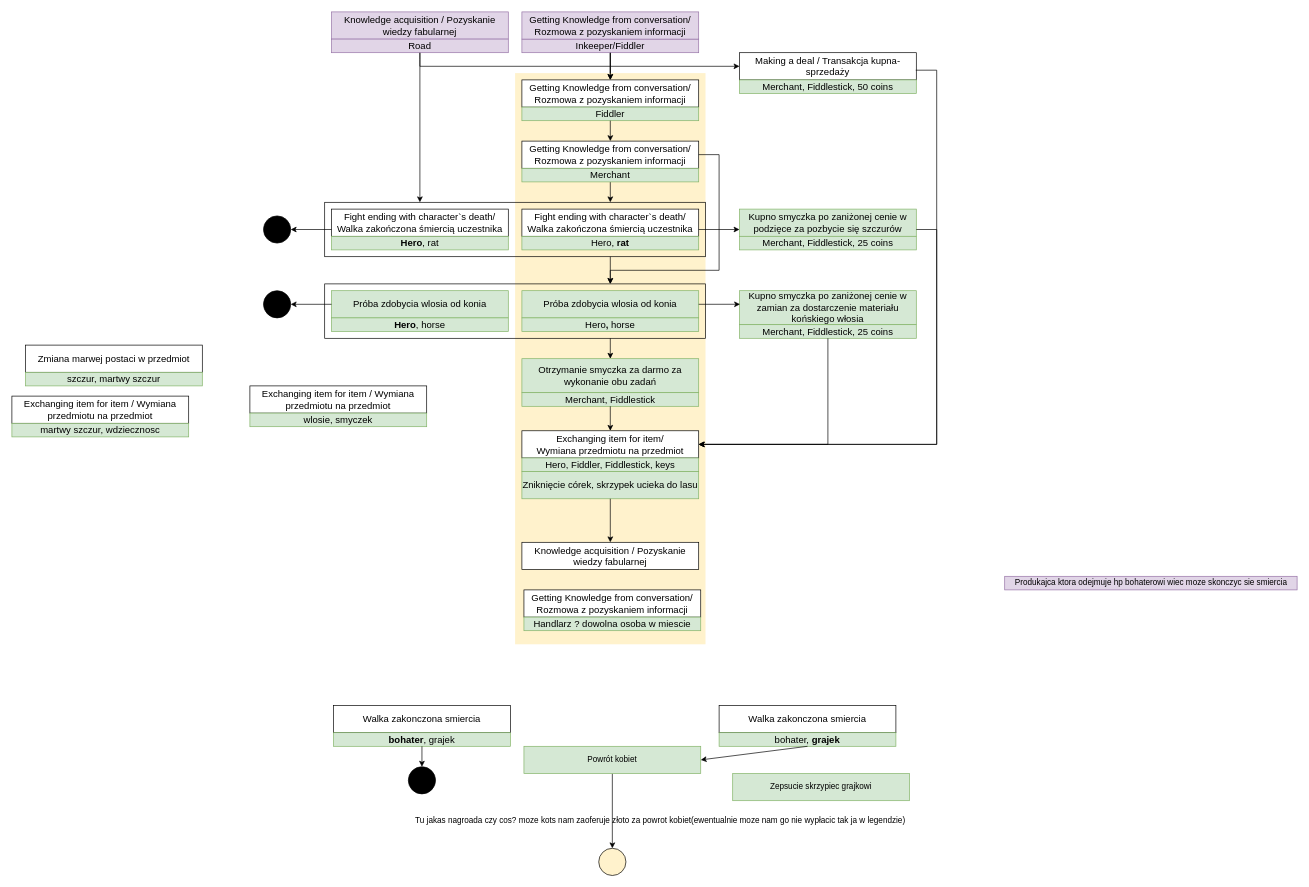
Earlier version of the draw.io diagram page "Page-2" (2 of 3) of Legenda diagramu projektowego misji(2).drawio (apusteln/Drawings). Source tidied: cells renumbered, new cells numbered last; positions are measured from the earlier drawing's top-left corner, leaving out a move shared by most shapes. Both pictures are drawn from the tidied source at 68%, with x=0, y=0 at pixel (12, 12).
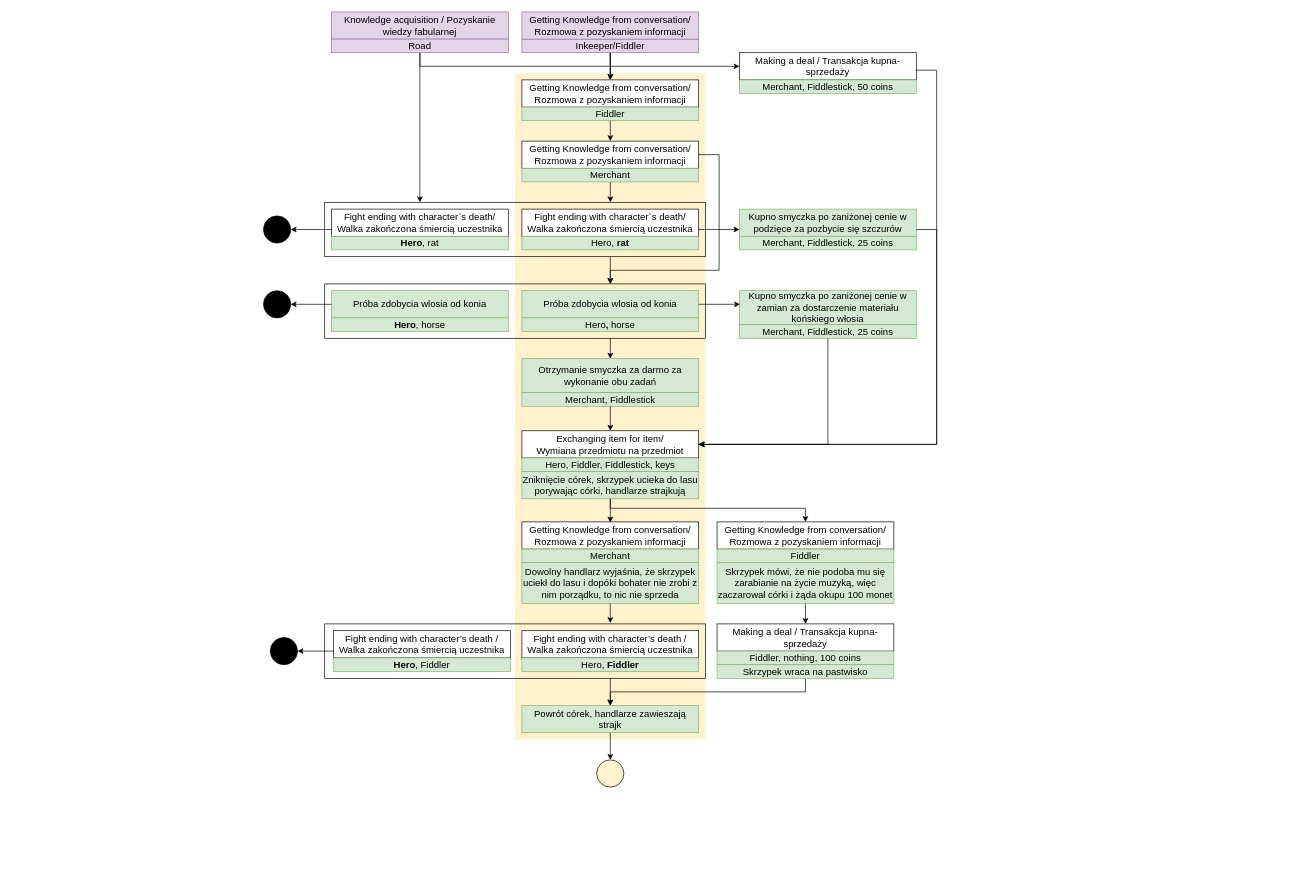
The same diagram, later.

What changed in the source:
```diff
@@
     <mxCell id="3" style="rounded=0;whiteSpace=wrap;html=1;fillColor=#fff2cc;fontFamily=Helvetica;fontSize=14;strokeColor=none;" parent="1" vertex="1">
-      <mxGeometry x="740" y="90" width="280" height="840" as="geometry" />
+      <mxGeometry x="740" y="90" width="280" height="980" as="geometry" />
     </mxCell>
@@
-    <mxCell id="11" value="Zmiana marwej postaci w przedmiot" style="rounded=0;whiteSpace=wrap;html=1;sketch=0;align=center;fontSize=14;" parent="1" vertex="1">
-      <mxGeometry x="20" y="490" width="260" height="40" as="geometry" />
-    </mxCell>
-    <mxCell id="12" value="szczur, martwy szczur" style="rounded=0;whiteSpace=wrap;html=1;sketch=0;align=center;fontSize=14;fillColor=#d5e8d4;strokeColor=#82b366;" parent="1" vertex="1">
-      <mxGeometry x="20" y="530" width="260" height="20" as="geometry" />
-    </mxCell>
@@
-    <mxCell id="14" value="Exchanging item for item / Wymiana przedmiotu na przedmiot" style="rounded=0;whiteSpace=wrap;html=1;sketch=0;align=center;fontSize=14;" parent="1" vertex="1">
-      <mxGeometry x="350" y="550" width="260" height="40" as="geometry" />
-    </mxCell>
-    <mxCell id="15" value="wlosie, smyczek" style="rounded=0;whiteSpace=wrap;html=1;sketch=0;align=center;fontSize=14;fillColor=#d5e8d4;strokeColor=#82b366;" parent="1" vertex="1">
-      <mxGeometry x="350" y="590" width="260" height="20" as="geometry" />
-    </mxCell>
@@
-    <mxCell id="18" value="&lt;div&gt;Getting Knowledge from conversation/&lt;/div&gt;&lt;div&gt;Rozmowa z pozyskaniem informacji&lt;/div&gt;" style="rounded=0;whiteSpace=wrap;html=1;sketch=0;align=center;fontSize=14;" parent="1" vertex="1">
-      <mxGeometry x="753" y="850" width="260" height="40" as="geometry" />
-    </mxCell>
-    <mxCell id="19" value="Handlarz ? dowolna osoba w miescie" style="rounded=0;whiteSpace=wrap;html=1;sketch=0;align=center;fontSize=14;fillColor=#d5e8d4;strokeColor=#82b366;" parent="1" vertex="1">
-      <mxGeometry x="753" y="890" width="260" height="20" as="geometry" />
-    </mxCell>
-    <mxCell id="20" value="Walka zakonczona smiercia" style="rounded=0;whiteSpace=wrap;html=1;sketch=0;align=center;fontSize=14;" parent="1" vertex="1">
-      <mxGeometry x="473" y="1020" width="260" height="40" as="geometry" />
-    </mxCell>
-    <mxCell id="21" value="&lt;b&gt;bohater&lt;/b&gt;, grajek" style="rounded=0;whiteSpace=wrap;html=1;sketch=0;align=center;fontSize=14;fillColor=#d5e8d4;strokeColor=#82b366;" parent="1" vertex="1">
-      <mxGeometry x="473" y="1060" width="260" height="20" as="geometry" />
-    </mxCell>
-    <mxCell id="22" value="Zepsucie skrzypiec grajkowi" style="rounded=0;whiteSpace=wrap;html=1;sketch=0;fillColor=#d5e8d4;strokeColor=#82b366;align=center;" parent="1" vertex="1">
-      <mxGeometry x="1060" y="1120" width="260" height="40" as="geometry" />
-    </mxCell>
     <mxCell id="23" style="ellipse;whiteSpace=wrap;html=1;fontSize=14;align=center;fillColor=#fff2cc;strokeWidth=1;" parent="1" vertex="1">
-      <mxGeometry x="863" y="1230" width="40" height="40" as="geometry" />
+      <mxGeometry x="860" y="1100" width="40" height="40" as="geometry" />
     </mxCell>
-    <mxCell id="24" style="endArrow=classic;html=1;rounded=0;exitX=0.5;exitY=1;exitDx=0;exitDy=0;" parent="1" edge="1">
-      <mxGeometry relative="1" as="geometry">
-        <mxPoint x="603" y="1080" as="sourcePoint" />
-        <mxPoint x="603" y="1110" as="targetPoint" />
-      </mxGeometry>
+    <mxCell id="24" style="endArrow=classic;html=1;rounded=0;exitX=0;exitY=0.75;exitDx=0;exitDy=0;entryX=1;entryY=0.5;entryDx=0;entryDy=0;" parent="1" edge="1" source="78" target="36">
+      <mxGeometry relative="1" as="geometry" />
     </mxCell>
-    <mxCell id="25" value="&lt;font style=&quot;font-size: 14px&quot;&gt;Zniknięcie córek, skrzypek ucieka do lasu &lt;/font&gt;" style="rounded=0;whiteSpace=wrap;html=1;sketch=0;fillColor=#d5e8d4;strokeColor=#82b366;align=center;" parent="1" vertex="1">
-      <mxGeometry x="750" y="676" width="260" height="40" as="geometry" />
-    </mxCell>
@@
-    <mxCell id="32" value="Produkajca ktora odejmuje hp bohaterowi wiec moze skonczyc sie smiercia " style="text;html=1;align=center;verticalAlign=middle;strokeColor=#9673a6;fillColor=#e1d5e7;" parent="1" vertex="1">
-      <mxGeometry x="1460" y="830" width="430" height="20" as="geometry" />
-    </mxCell>
-    <mxCell id="33" value="Walka zakonczona smiercia" style="rounded=0;whiteSpace=wrap;html=1;sketch=0;align=center;fontSize=14;" parent="1" vertex="1">
-      <mxGeometry x="1040" y="1020" width="260" height="40" as="geometry" />
+    <mxCell id="33" value="Fight ending with character’s death / Walka zakończona śmiercią uczestnika" style="rounded=0;whiteSpace=wrap;html=1;sketch=0;align=center;fontSize=14;" parent="1" vertex="1">
+      <mxGeometry x="750" y="910" width="260" height="40" as="geometry" />
     </mxCell>
-    <mxCell id="34" value="bohater, &lt;b&gt;grajek&lt;/b&gt;" style="rounded=0;whiteSpace=wrap;html=1;sketch=0;align=center;fontSize=14;fillColor=#d5e8d4;strokeColor=#82b366;" parent="1" vertex="1">
-      <mxGeometry x="1040" y="1060" width="260" height="20" as="geometry" />
+    <mxCell id="34" value="Hero, &lt;b&gt;Fiddler&lt;/b&gt;" style="rounded=0;whiteSpace=wrap;html=1;sketch=0;align=center;fontSize=14;fillColor=#d5e8d4;strokeColor=#82b366;" parent="1" vertex="1">
+      <mxGeometry x="750" y="950" width="260" height="20" as="geometry" />
     </mxCell>
-    <mxCell id="35" style="endArrow=classic;html=1;rounded=0;exitX=0.5;exitY=1;exitDx=0;exitDy=0;entryX=1;entryY=0.5;entryDx=0;entryDy=0;" parent="1" edge="1" target="38">
-      <mxGeometry relative="1" as="geometry">
-        <mxPoint x="1170" y="1080" as="sourcePoint" />
-      </mxGeometry>
-    </mxCell>
     <mxCell id="36" style="ellipse;whiteSpace=wrap;html=1;fontSize=14;align=center;fillColor=#000000;" parent="1" vertex="1">
-      <mxGeometry x="583" y="1110" width="40" height="40" as="geometry" />
+      <mxGeometry x="380" y="920" width="40" height="40" as="geometry" />
     </mxCell>
@@
-    <mxCell id="38" value="Powrót kobiet" style="rounded=0;whiteSpace=wrap;html=1;sketch=0;fillColor=#d5e8d4;strokeColor=#82b366;align=center;" parent="1" vertex="1">
-      <mxGeometry x="753" y="1080" width="260" height="40" as="geometry" />
+    <mxCell id="38" value="&lt;font style=&quot;font-size: 14px&quot;&gt;Powrót córek, handlarze zawieszają strajk&lt;br&gt;&lt;/font&gt;" style="rounded=0;whiteSpace=wrap;html=1;sketch=0;fillColor=#d5e8d4;strokeColor=#82b366;align=center;" parent="1" vertex="1">
+      <mxGeometry x="750" y="1020" width="260" height="40" as="geometry" />
     </mxCell>
-    <mxCell id="39" value="&lt;span style=&quot;white-space: pre&quot;&gt; &lt;/span&gt;&lt;span style=&quot;white-space: pre&quot;&gt; &lt;/span&gt;Tu jakas nagroada czy cos? moze kots nam zaoferuje złoto za powrot kobiet(ewentualnie moze nam go nie wypłacic tak ja w legendzie)" style="text;html=1;align=center;verticalAlign=middle;strokeColor=none;fillColor=none;" parent="1" vertex="1">
-      <mxGeometry x="550" y="1180" width="800" height="20" as="geometry" />
-    </mxCell>
@@
-    <mxCell id="46" value="Exchanging item for item / Wymiana przedmiotu na przedmiot" style="rounded=0;whiteSpace=wrap;html=1;sketch=0;align=center;fontSize=14;" parent="1" vertex="1">
-      <mxGeometry y="565" width="260" height="40" as="geometry" />
-    </mxCell>
-    <mxCell id="47" value="martwy szczur, wdziecznosc" style="rounded=0;whiteSpace=wrap;html=1;sketch=0;align=center;fontSize=14;fillColor=#d5e8d4;strokeColor=#82b366;" parent="1" vertex="1">
-      <mxGeometry y="605" width="260" height="20" as="geometry" />
-    </mxCell>
@@
-    <mxCell id="73" value="Knowledge acquisition / Pozyskanie wiedzy fabularnej" style="rounded=0;whiteSpace=wrap;html=1;sketch=0;align=center;fontSize=14;" parent="1" vertex="1">
-      <mxGeometry x="750" y="780" width="260" height="40" as="geometry" />
+    <mxCell id="73" value="&lt;div&gt;Getting Knowledge from conversation/&lt;/div&gt;&lt;div&gt;Rozmowa z pozyskaniem informacji&lt;/div&gt;" style="rounded=0;whiteSpace=wrap;html=1;sketch=0;align=center;fontSize=14;" parent="1" vertex="1">
+      <mxGeometry x="750" y="750" width="260" height="40" as="geometry" />
     </mxCell>
-    <mxCell id="74" style="edgeStyle=orthogonalEdgeStyle;rounded=0;jettySize=auto;html=1;entryX=0.5;entryY=0;entryDx=0;entryDy=0;exitX=0.5;exitY=1;exitDx=0;exitDy=0;" parent="1" edge="1" source="25" target="73">
+    <mxCell id="74" style="edgeStyle=orthogonalEdgeStyle;rounded=0;orthogonalLoop=1;jettySize=auto;html=1;exitX=0.5;exitY=1;exitDx=0;exitDy=0;" parent="1" edge="1">
       <mxGeometry relative="1" as="geometry">
+        <mxPoint x="880" y="716" as="sourcePoint" />
+        <mxPoint x="880" y="751" as="targetPoint" />
         <Array as="points">
-          <mxPoint x="880" y="770" />
-          <mxPoint x="880" y="770" />
+          <mxPoint x="880" y="751" />
         </Array>
       </mxGeometry>
     </mxCell>
+    <mxCell id="75" value="Merchant" style="rounded=0;whiteSpace=wrap;html=1;sketch=0;align=center;fontSize=14;fillColor=#d5e8d4;strokeColor=#82b366;" parent="1" vertex="1">
+      <mxGeometry x="750" y="790" width="260" height="20" as="geometry" />
+    </mxCell>
+    <mxCell id="76" value="&lt;font style=&quot;font-size: 14px&quot;&gt;Zniknięcie córek, skrzypek ucieka do lasu porywając córki, handlarze strajkują &lt;/font&gt;" style="rounded=0;whiteSpace=wrap;html=1;sketch=0;fillColor=#d5e8d4;strokeColor=#82b366;align=center;" parent="1" vertex="1">
+      <mxGeometry x="750" y="676" width="260" height="40" as="geometry" />
+    </mxCell>
+    <mxCell id="77" value="&lt;font style=&quot;font-size: 14px&quot;&gt;Dowolny handlarz wyjaśnia, że skrzypek uciekł do lasu i dopóki bohater nie zrobi z nim porządku, to nic nie sprzeda&lt;br&gt;&lt;/font&gt;" style="rounded=0;whiteSpace=wrap;html=1;sketch=0;fillColor=#d5e8d4;strokeColor=#82b366;align=center;" parent="1" vertex="1">
+      <mxGeometry x="750" y="810" width="260" height="60" as="geometry" />
+    </mxCell>
+    <mxCell id="78" value="Fight ending with character’s death / Walka zakończona śmiercią uczestnika" style="rounded=0;whiteSpace=wrap;html=1;sketch=0;align=center;fontSize=14;" parent="1" vertex="1">
+      <mxGeometry x="473" y="910" width="260" height="40" as="geometry" />
+    </mxCell>
+    <mxCell id="79" value="&lt;b&gt;Hero&lt;/b&gt;, Fiddler" style="rounded=0;whiteSpace=wrap;html=1;sketch=0;align=center;fontSize=14;fillColor=#d5e8d4;strokeColor=#82b366;" parent="1" vertex="1">
+      <mxGeometry x="473" y="950" width="260" height="20" as="geometry" />
+    </mxCell>
+    <mxCell id="80" style="edgeStyle=orthogonalEdgeStyle;rounded=0;jettySize=auto;html=1;exitX=0.5;exitY=1;exitDx=0;exitDy=0;entryX=0.75;entryY=-0.016;entryDx=0;entryDy=0;entryPerimeter=0;" parent="1" edge="1" target="89">
+      <mxGeometry relative="1" as="geometry">
+        <mxPoint x="879.9" y="870" as="sourcePoint" />
+      </mxGeometry>
+    </mxCell>
+    <mxCell id="18" value="&lt;div&gt;Getting Knowledge from conversation/&lt;/div&gt;&lt;div&gt;Rozmowa z pozyskaniem informacji&lt;/div&gt;" style="rounded=0;whiteSpace=wrap;html=1;sketch=0;align=center;fontSize=14;" parent="1" vertex="1">
+      <mxGeometry x="1037" y="750" width="260" height="40" as="geometry" />
+    </mxCell>
+    <mxCell id="81" value="Fiddler" style="rounded=0;whiteSpace=wrap;html=1;sketch=0;align=center;fontSize=14;fillColor=#d5e8d4;strokeColor=#82b366;" parent="1" vertex="1">
+      <mxGeometry x="1037" y="790" width="260" height="20" as="geometry" />
+    </mxCell>
+    <mxCell id="82" value="&lt;font style=&quot;font-size: 14px&quot;&gt;Skrzypek mówi, że nie podoba mu się zarabianie na życie muzyką, więc zaczarował córki i żąda okupu 100 monet&lt;br&gt;&lt;/font&gt;" style="rounded=0;whiteSpace=wrap;html=1;sketch=0;fillColor=#d5e8d4;strokeColor=#82b366;align=center;" parent="1" vertex="1">
+      <mxGeometry x="1037" y="810" width="260" height="60" as="geometry" />
+    </mxCell>
+    <mxCell id="83" style="edgeStyle=orthogonalEdgeStyle;rounded=0;jettySize=auto;html=1;exitX=0.5;exitY=1;exitDx=0;exitDy=0;entryX=0.5;entryY=0;entryDx=0;entryDy=0;" parent="1" edge="1" source="76" target="18">
+      <mxGeometry relative="1" as="geometry">
+        <Array as="points">
+          <mxPoint x="880" y="730" />
+          <mxPoint x="1167" y="730" />
+        </Array>
+      </mxGeometry>
+    </mxCell>
+    <mxCell id="84" value="Making a deal / Transakcja kupna-sprzedaży" style="rounded=0;whiteSpace=wrap;html=1;sketch=0;align=center;fontSize=14;" parent="1" vertex="1">
+      <mxGeometry x="1037" y="900" width="260" height="40" as="geometry" />
+    </mxCell>
+    <mxCell id="85" value="Fiddler, nothing, 100 coins" style="rounded=0;whiteSpace=wrap;html=1;sketch=0;align=center;fontSize=14;fillColor=#d5e8d4;strokeColor=#82b366;" parent="1" vertex="1">
+      <mxGeometry x="1037" y="940" width="260" height="20" as="geometry" />
+    </mxCell>
+    <mxCell id="86" style="edgeStyle=orthogonalEdgeStyle;rounded=0;jettySize=auto;html=1;entryX=0.5;entryY=0;entryDx=0;entryDy=0;" parent="1" edge="1" target="84">
+      <mxGeometry relative="1" as="geometry">
+        <mxPoint x="1167" y="870" as="sourcePoint" />
+        <Array as="points">
+          <mxPoint x="1167" y="870" />
+        </Array>
+      </mxGeometry>
+    </mxCell>
+    <mxCell id="87" style="edgeStyle=orthogonalEdgeStyle;rounded=0;jettySize=auto;html=1;exitX=0.75;exitY=1;exitDx=0;exitDy=0;entryX=0.5;entryY=0;entryDx=0;entryDy=0;" parent="1" edge="1" source="89" target="38">
+      <mxGeometry relative="1" as="geometry" />
+    </mxCell>
+    <mxCell id="88" style="edgeStyle=orthogonalEdgeStyle;rounded=0;jettySize=auto;html=1;exitX=0.5;exitY=1;exitDx=0;exitDy=0;entryX=0.5;entryY=0;entryDx=0;entryDy=0;startArrow=none;" parent="1" edge="1" source="90" target="38">
+      <mxGeometry relative="1" as="geometry">
+        <Array as="points">
+          <mxPoint x="1167" y="1000" />
+          <mxPoint x="880" y="1000" />
+        </Array>
+      </mxGeometry>
+    </mxCell>
+    <mxCell id="89" style="rounded=0;whiteSpace=wrap;html=1;sketch=0;align=center;fontSize=14;fillColor=none;" parent="1" vertex="1">
+      <mxGeometry x="460" y="900" width="560" height="80" as="geometry" />
+    </mxCell>
+    <mxCell id="90" value="&lt;font style=&quot;font-size: 14px&quot;&gt;Skrzypek wraca na pastwisko&lt;br&gt;&lt;/font&gt;" style="rounded=0;whiteSpace=wrap;html=1;sketch=0;fillColor=#d5e8d4;strokeColor=#82b366;align=center;" parent="1" vertex="1">
+      <mxGeometry x="1037" y="960" width="260" height="20" as="geometry" />
+    </mxCell>
+    <mxCell id="91" style="edgeStyle=orthogonalEdgeStyle;rounded=0;jettySize=auto;html=1;exitX=0.5;exitY=1;exitDx=0;exitDy=0;entryX=0.5;entryY=0;entryDx=0;entryDy=0;endArrow=none;" parent="1" edge="1" source="85" target="90">
+      <mxGeometry relative="1" as="geometry" />
+    </mxCell>
```
